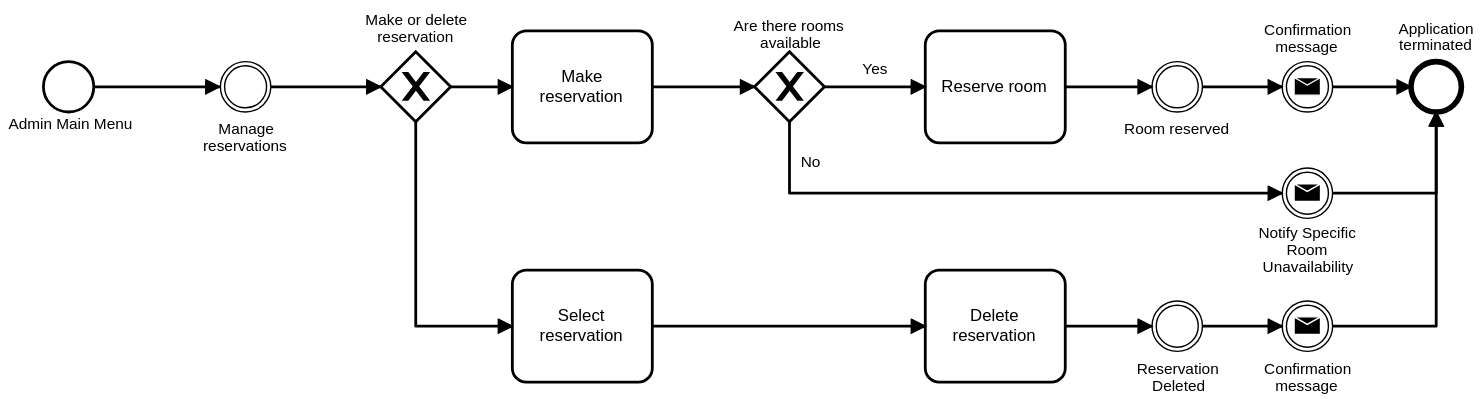
Before: Business Analysis/BPMNadmin.svg, a diagram exported from BPMN (joamla96/Project-Exam). Its source is kept beside it as Business Analysis/BPMNadmin.bpmn. Ids are renumbered.
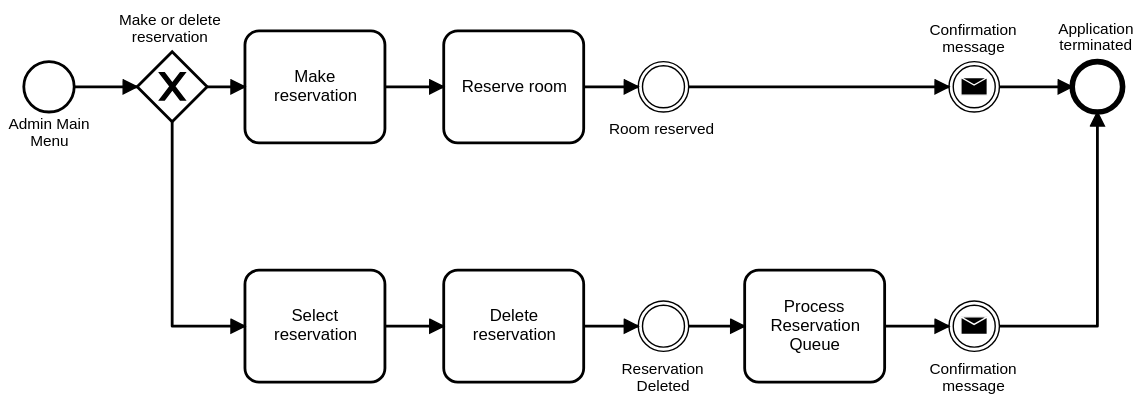
The same file after the commit.

Commit message:
bpmn admin & client update

Change to the diagram source:
```diff
@@ -4,11 +4,11 @@
       <bpmn:outgoing>SequenceFlow_n1</bpmn:outgoing>
     </bpmn:startEvent>
     <bpmn:exclusiveGateway id="ExclusiveGateway_n2" name="Make or delete reservation">
-      <bpmn:incoming>SequenceFlow_n3</bpmn:incoming>
+      <bpmn:incoming>SequenceFlow_n1</bpmn:incoming>
       <bpmn:outgoing>SequenceFlow_n4</bpmn:outgoing>
       <bpmn:outgoing>SequenceFlow_n5</bpmn:outgoing>
     </bpmn:exclusiveGateway>
-    <bpmn:sequenceFlow id="SequenceFlow_n1" sourceRef="StartEvent_1" targetRef="IntermediateThrowEvent_n6" />
+    <bpmn:sequenceFlow id="SequenceFlow_n1" sourceRef="StartEvent_1" targetRef="ExclusiveGateway_n2" />
     <bpmn:task id="Task_n7" name="Delete reservation">
       <bpmn:incoming>SequenceFlow_n8</bpmn:incoming>
       <bpmn:outgoing>SequenceFlow_n9</bpmn:outgoing>
@@ -16,7 +16,7 @@
     <bpmn:sequenceFlow id="SequenceFlow_n4" sourceRef="ExclusiveGateway_n2" targetRef="Task_n10" />
     <bpmn:task id="Task_n11" name="Make reservation">
       <bpmn:incoming>SequenceFlow_n5</bpmn:incoming>
-      <bpmn:outgoing>SequenceFlow_n12</bpmn:outgoing>
+      <bpmn:outgoing>SequenceFlow_n29</bpmn:outgoing>
     </bpmn:task>
     <bpmn:sequenceFlow id="SequenceFlow_n5" sourceRef="ExclusiveGateway_n2" targetRef="Task_n11" />
     <bpmn:intermediateThrowEvent id="IntermediateThrowEvent_n13" name="Reservation Deleted">
@@ -24,35 +24,20 @@
       <bpmn:outgoing>SequenceFlow_n14</bpmn:outgoing>
     </bpmn:intermediateThrowEvent>
     <bpmn:sequenceFlow id="SequenceFlow_n9" sourceRef="Task_n7" targetRef="IntermediateThrowEvent_n13" />
-    <bpmn:exclusiveGateway id="ExclusiveGateway_n15" name="Are there rooms available">
-      <bpmn:incoming>SequenceFlow_n12</bpmn:incoming>
-      <bpmn:outgoing>SequenceFlow_n16</bpmn:outgoing>
-      <bpmn:outgoing>SequenceFlow_n17</bpmn:outgoing>
-    </bpmn:exclusiveGateway>
-    <bpmn:sequenceFlow id="SequenceFlow_n12" sourceRef="Task_n11" targetRef="ExclusiveGateway_n15" />
     <bpmn:task id="Task_n18" name="Reserve room">
-      <bpmn:incoming>SequenceFlow_n16</bpmn:incoming>
+      <bpmn:incoming>SequenceFlow_n29</bpmn:incoming>
       <bpmn:outgoing>SequenceFlow_n19</bpmn:outgoing>
     </bpmn:task>
     <bpmn:intermediateThrowEvent id="IntermediateThrowEvent_n20" name="Room reserved">
       <bpmn:incoming>SequenceFlow_n19</bpmn:incoming>
       <bpmn:outgoing>SequenceFlow_n21</bpmn:outgoing>
     </bpmn:intermediateThrowEvent>
-    <bpmn:sequenceFlow id="SequenceFlow_n16" name="Yes" sourceRef="ExclusiveGateway_n15" targetRef="Task_n18" />
     <bpmn:sequenceFlow id="SequenceFlow_n19" sourceRef="Task_n18" targetRef="IntermediateThrowEvent_n20" />
-    <bpmn:intermediateThrowEvent id="IntermediateThrowEvent_n22" name="Notify Specific Room Unavailability">
-      <bpmn:incoming>SequenceFlow_n17</bpmn:incoming>
-      <bpmn:outgoing>SequenceFlow_n23</bpmn:outgoing>
-      <bpmn:messageEventDefinition />
-    </bpmn:intermediateThrowEvent>
-    <bpmn:sequenceFlow id="SequenceFlow_n17" name="No" sourceRef="ExclusiveGateway_n15" targetRef="IntermediateThrowEvent_n22" />
     <bpmn:endEvent id="EndEvent_n24" name="Application terminated">
-      <bpmn:incoming>SequenceFlow_n23</bpmn:incoming>
       <bpmn:incoming>SequenceFlow_n25</bpmn:incoming>
       <bpmn:incoming>SequenceFlow_n26</bpmn:incoming>
     </bpmn:endEvent>
     <bpmn:sequenceFlow id="SequenceFlow_n21" sourceRef="IntermediateThrowEvent_n20" targetRef="IntermediateThrowEvent_n27" />
-    <bpmn:sequenceFlow id="SequenceFlow_n23" sourceRef="IntermediateThrowEvent_n22" targetRef="EndEvent_n24" />
     <bpmn:intermediateThrowEvent id="IntermediateThrowEvent_n27" name="Confirmation message">
       <bpmn:incoming>SequenceFlow_n21</bpmn:incoming>
       <bpmn:outgoing>SequenceFlow_n25</bpmn:outgoing>
@@ -65,199 +50,162 @@
     </bpmn:task>
     <bpmn:sequenceFlow id="SequenceFlow_n8" sourceRef="Task_n10" targetRef="Task_n7" />
     <bpmn:intermediateThrowEvent id="IntermediateThrowEvent_n28" name="Confirmation message">
-      <bpmn:incoming>SequenceFlow_n14</bpmn:incoming>
+      <bpmn:incoming>SequenceFlow_n30</bpmn:incoming>
       <bpmn:outgoing>SequenceFlow_n26</bpmn:outgoing>
       <bpmn:messageEventDefinition />
     </bpmn:intermediateThrowEvent>
-    <bpmn:sequenceFlow id="SequenceFlow_n14" sourceRef="IntermediateThrowEvent_n13" targetRef="IntermediateThrowEvent_n28" />
+    <bpmn:sequenceFlow id="SequenceFlow_n14" sourceRef="IntermediateThrowEvent_n13" targetRef="Task_n31" />
     <bpmn:sequenceFlow id="SequenceFlow_n26" sourceRef="IntermediateThrowEvent_n28" targetRef="EndEvent_n24" />
-    <bpmn:intermediateThrowEvent id="IntermediateThrowEvent_n6" name="Manage reservations">
-      <bpmn:incoming>SequenceFlow_n1</bpmn:incoming>
-      <bpmn:outgoing>SequenceFlow_n3</bpmn:outgoing>
-    </bpmn:intermediateThrowEvent>
-    <bpmn:sequenceFlow id="SequenceFlow_n3" sourceRef="IntermediateThrowEvent_n6" targetRef="ExclusiveGateway_n2" />
+    <bpmn:sequenceFlow id="SequenceFlow_n29" sourceRef="Task_n11" targetRef="Task_n18" />
+    <bpmn:task id="Task_n31" name="Process Reservation Queue ">
+      <bpmn:incoming>SequenceFlow_n14</bpmn:incoming>
+      <bpmn:outgoing>SequenceFlow_n30</bpmn:outgoing>
+    </bpmn:task>
+    <bpmn:sequenceFlow id="SequenceFlow_n30" sourceRef="Task_n31" targetRef="IntermediateThrowEvent_n28" />
   </bpmn:process>
   <bpmndi:BPMNDiagram id="BPMNDiagram_1">
     <bpmndi:BPMNPlane id="BPMNPlane_1" bpmnElement="Process_1">
       <bpmndi:BPMNShape id="_BPMNShape_StartEvent_2" bpmnElement="StartEvent_1">
-        <dc:Bounds x="5" y="163" width="36" height="36" />
+        <dc:Bounds x="125" y="163" width="36" height="36" />
         <bpmndi:BPMNLabel>
-          <dc:Bounds x="-20" y="199" width="87" height="12" />
+          <dc:Bounds x="114" y="199" width="60" height="24" />
         </bpmndi:BPMNLabel>
       </bpmndi:BPMNShape>
       <bpmndi:BPMNShape id="ExclusiveGateway_n2_di" bpmnElement="ExclusiveGateway_n2" isMarkerVisible="true">
-        <dc:Bounds x="246.05067567567568" y="156" width="50" height="50" />
+        <dc:Bounds x="206" y="156" width="50" height="50" />
         <bpmndi:BPMNLabel>
-          <dc:Bounds x="235" y="125" width="72" height="24" />
+          <dc:Bounds x="193" y="125" width="76" height="24" />
         </bpmndi:BPMNLabel>
       </bpmndi:BPMNShape>
       <bpmndi:BPMNEdge id="SequenceFlow_n1_di" bpmnElement="SequenceFlow_n1">
-        <di:waypoint xsi:type="dc:Point" x="41" y="181" />
-        <di:waypoint xsi:type="dc:Point" x="131" y="181" />
+        <di:waypoint xsi:type="dc:Point" x="161" y="181" />
+        <di:waypoint xsi:type="dc:Point" x="206" y="181" />
         <bpmndi:BPMNLabel>
-          <dc:Bounds x="41" y="160" width="90" height="12" />
+          <dc:Bounds x="138.5" y="160" width="90" height="12" />
         </bpmndi:BPMNLabel>
       </bpmndi:BPMNEdge>
       <bpmndi:BPMNShape id="Task_n7_di" bpmnElement="Task_n7">
-        <dc:Bounds x="635.0506756756756" y="311.52139639639637" width="100" height="80" />
+        <dc:Bounds x="425" y="312" width="100" height="80" />
       </bpmndi:BPMNShape>
       <bpmndi:BPMNEdge id="SequenceFlow_n4_di" bpmnElement="SequenceFlow_n4">
-        <di:waypoint xsi:type="dc:Point" x="271" y="206" />
-        <di:waypoint xsi:type="dc:Point" x="271" y="352" />
-        <di:waypoint xsi:type="dc:Point" x="340" y="352" />
+        <di:waypoint xsi:type="dc:Point" x="231" y="206" />
+        <di:waypoint xsi:type="dc:Point" x="231" y="352" />
+        <di:waypoint xsi:type="dc:Point" x="283" y="352" />
         <bpmndi:BPMNLabel>
-          <dc:Bounds x="241" y="273" width="90" height="12" />
+          <dc:Bounds x="201" y="273" width="90" height="12" />
         </bpmndi:BPMNLabel>
       </bpmndi:BPMNEdge>
       <bpmndi:BPMNShape id="Task_n11_di" bpmnElement="Task_n11">
-        <dc:Bounds x="340" y="141" width="100" height="80" />
+        <dc:Bounds x="283" y="141" width="100" height="80" />
       </bpmndi:BPMNShape>
       <bpmndi:BPMNEdge id="SequenceFlow_n5_di" bpmnElement="SequenceFlow_n5">
-        <di:waypoint xsi:type="dc:Point" x="296.0506756756757" y="181" />
-        <di:waypoint xsi:type="dc:Point" x="340" y="181" />
+        <di:waypoint xsi:type="dc:Point" x="256" y="181" />
+        <di:waypoint xsi:type="dc:Point" x="283" y="181" />
         <bpmndi:BPMNLabel>
-          <dc:Bounds x="318.0253378378378" y="160" width="0" height="12" />
+          <dc:Bounds x="224.5" y="160" width="90" height="12" />
         </bpmndi:BPMNLabel>
       </bpmndi:BPMNEdge>
       <bpmndi:BPMNShape id="IntermediateThrowEvent_n13_di" bpmnElement="IntermediateThrowEvent_n13">
-        <dc:Bounds x="797.0506756756756" y="334" width="36" height="36" />
+        <dc:Bounds x="564" y="334" width="36" height="36" />
         <bpmndi:BPMNLabel>
-          <dc:Bounds x="786" y="374" width="59" height="24" />
+          <dc:Bounds x="552" y="374" width="61" height="24" />
         </bpmndi:BPMNLabel>
       </bpmndi:BPMNShape>
       <bpmndi:BPMNEdge id="SequenceFlow_n9_di" bpmnElement="SequenceFlow_n9">
-        <di:waypoint xsi:type="dc:Point" x="735" y="352" />
-        <di:waypoint xsi:type="dc:Point" x="797" y="352" />
+        <di:waypoint xsi:type="dc:Point" x="525" y="352" />
+        <di:waypoint xsi:type="dc:Point" x="564" y="352" />
         <bpmndi:BPMNLabel>
-          <dc:Bounds x="766" y="331" width="0" height="12" />
-        </bpmndi:BPMNLabel>
-      </bpmndi:BPMNEdge>
-      <bpmndi:BPMNShape id="ExclusiveGateway_n15_di" bpmnElement="ExclusiveGateway_n15" isMarkerVisible="true">
-        <dc:Bounds x="513" y="156" width="50" height="50" />
-        <bpmndi:BPMNLabel>
-          <dc:Bounds x="498" y="129" width="80" height="24" />
-        </bpmndi:BPMNLabel>
-      </bpmndi:BPMNShape>
-      <bpmndi:BPMNEdge id="SequenceFlow_n12_di" bpmnElement="SequenceFlow_n12">
-        <di:waypoint xsi:type="dc:Point" x="440" y="181" />
-        <di:waypoint xsi:type="dc:Point" x="513" y="181" />
-        <bpmndi:BPMNLabel>
-          <dc:Bounds x="476.5" y="160" width="0" height="12" />
+          <dc:Bounds x="499.5" y="331" width="90" height="12" />
         </bpmndi:BPMNLabel>
       </bpmndi:BPMNEdge>
       <bpmndi:BPMNShape id="Task_n18_di" bpmnElement="Task_n18">
-        <dc:Bounds x="635.0506756756756" y="141" width="100" height="80" />
+        <dc:Bounds x="425" y="141" width="100" height="80" />
       </bpmndi:BPMNShape>
       <bpmndi:BPMNShape id="IntermediateThrowEvent_n20_di" bpmnElement="IntermediateThrowEvent_n20">
-        <dc:Bounds x="797.0506756756756" y="163" width="36" height="36" />
+        <dc:Bounds x="564" y="163" width="36" height="36" />
         <bpmndi:BPMNLabel>
-          <dc:Bounds x="777" y="203" width="76" height="12" />
+          <dc:Bounds x="543" y="203" width="78" height="12" />
         </bpmndi:BPMNLabel>
       </bpmndi:BPMNShape>
-      <bpmndi:BPMNEdge id="SequenceFlow_n16_di" bpmnElement="SequenceFlow_n16">
-        <di:waypoint xsi:type="dc:Point" x="563" y="181" />
-        <di:waypoint xsi:type="dc:Point" x="635" y="181" />
+      <bpmndi:BPMNEdge id="SequenceFlow_n19_di" bpmnElement="SequenceFlow_n19">
+        <di:waypoint xsi:type="dc:Point" x="525" y="181" />
+        <di:waypoint xsi:type="dc:Point" x="564" y="181" />
         <bpmndi:BPMNLabel>
-          <dc:Bounds x="590.0807040347897" y="160" width="19" height="12" />
-        </bpmndi:BPMNLabel>
-      </bpmndi:BPMNEdge>
-      <bpmndi:BPMNEdge id="SequenceFlow_n19_di" bpmnElement="SequenceFlow_n19">
-        <di:waypoint xsi:type="dc:Point" x="735" y="181" />
-        <di:waypoint xsi:type="dc:Point" x="797" y="181" />
-        <bpmndi:BPMNLabel>
-          <dc:Bounds x="766" y="160" width="0" height="12" />
-        </bpmndi:BPMNLabel>
-      </bpmndi:BPMNEdge>
-      <bpmndi:BPMNShape id="IntermediateThrowEvent_0tp9394_di" bpmnElement="IntermediateThrowEvent_n22">
-        <dc:Bounds x="890" y="239" width="36" height="36" />
-        <bpmndi:BPMNLabel>
-          <dc:Bounds x="873" y="277" width="69" height="36" />
-        </bpmndi:BPMNLabel>
-      </bpmndi:BPMNShape>
-      <bpmndi:BPMNEdge id="SequenceFlow_n17_di" bpmnElement="SequenceFlow_n17">
-        <di:waypoint xsi:type="dc:Point" x="538" y="206" />
-        <di:waypoint xsi:type="dc:Point" x="538" y="257" />
-        <di:waypoint xsi:type="dc:Point" x="890" y="257" />
-        <bpmndi:BPMNLabel>
-          <dc:Bounds x="546" y="225.80721066055133" width="14" height="12" />
+          <dc:Bounds x="499.5" y="160" width="90" height="12" />
         </bpmndi:BPMNLabel>
       </bpmndi:BPMNEdge>
       <bpmndi:BPMNShape id="EndEvent_n24_di" bpmnElement="EndEvent_n24">
-        <dc:Bounds x="982.0506756756756" y="163" width="36" height="36" />
+        <dc:Bounds x="874" y="163" width="36" height="36" />
         <bpmndi:BPMNLabel>
-          <dc:Bounds x="973" y="131" width="53" height="24" />
+          <dc:Bounds x="864" y="131" width="56" height="24" />
         </bpmndi:BPMNLabel>
       </bpmndi:BPMNShape>
       <bpmndi:BPMNEdge id="SequenceFlow_n21_di" bpmnElement="SequenceFlow_n21">
-        <di:waypoint xsi:type="dc:Point" x="833" y="181" />
-        <di:waypoint xsi:type="dc:Point" x="890" y="181" />
+        <di:waypoint xsi:type="dc:Point" x="600" y="181" />
+        <di:waypoint xsi:type="dc:Point" x="786" y="181" />
         <bpmndi:BPMNLabel>
-          <dc:Bounds x="861.5" y="160" width="0" height="12" />
-        </bpmndi:BPMNLabel>
-      </bpmndi:BPMNEdge>
-      <bpmndi:BPMNEdge id="SequenceFlow_n23_di" bpmnElement="SequenceFlow_n23">
-        <di:waypoint xsi:type="dc:Point" x="926" y="257" />
-        <di:waypoint xsi:type="dc:Point" x="1000" y="257" />
-        <di:waypoint xsi:type="dc:Point" x="1000" y="199" />
-        <bpmndi:BPMNLabel>
-          <dc:Bounds x="963" y="236" width="0" height="12" />
+          <dc:Bounds x="648" y="160" width="90" height="12" />
         </bpmndi:BPMNLabel>
       </bpmndi:BPMNEdge>
       <bpmndi:BPMNShape id="IntermediateThrowEvent_1dlujpi_di" bpmnElement="IntermediateThrowEvent_n27">
-        <dc:Bounds x="890" y="163" width="36" height="36" />
+        <dc:Bounds x="786" y="163" width="36" height="36" />
         <bpmndi:BPMNLabel>
-          <dc:Bounds x="877" y="132" width="61" height="24" />
+          <dc:Bounds x="772" y="132" width="64" height="24" />
         </bpmndi:BPMNLabel>
       </bpmndi:BPMNShape>
       <bpmndi:BPMNEdge id="SequenceFlow_n25_di" bpmnElement="SequenceFlow_n25">
-        <di:waypoint xsi:type="dc:Point" x="926" y="181" />
-        <di:waypoint xsi:type="dc:Point" x="982" y="181" />
+        <di:waypoint xsi:type="dc:Point" x="822" y="181" />
+        <di:waypoint xsi:type="dc:Point" x="874" y="181" />
         <bpmndi:BPMNLabel>
-          <dc:Bounds x="954" y="160" width="0" height="12" />
+          <dc:Bounds x="803" y="160" width="90" height="12" />
         </bpmndi:BPMNLabel>
       </bpmndi:BPMNEdge>
       <bpmndi:BPMNShape id="Task_n10_di" bpmnElement="Task_n10">
-        <dc:Bounds x="340" y="312" width="100" height="80" />
+        <dc:Bounds x="283" y="312" width="100" height="80" />
       </bpmndi:BPMNShape>
       <bpmndi:BPMNEdge id="SequenceFlow_n8_di" bpmnElement="SequenceFlow_n8">
-        <di:waypoint xsi:type="dc:Point" x="440" y="352" />
-        <di:waypoint xsi:type="dc:Point" x="635" y="352" />
+        <di:waypoint xsi:type="dc:Point" x="383" y="352" />
+        <di:waypoint xsi:type="dc:Point" x="425" y="352" />
         <bpmndi:BPMNLabel>
-          <dc:Bounds x="492.5" y="331" width="90" height="12" />
+          <dc:Bounds x="359" y="331" width="90" height="12" />
         </bpmndi:BPMNLabel>
       </bpmndi:BPMNEdge>
       <bpmndi:BPMNShape id="IntermediateThrowEvent_0kcob2m_di" bpmnElement="IntermediateThrowEvent_n28">
-        <dc:Bounds x="890" y="334" width="36" height="36" />
+        <dc:Bounds x="786" y="334" width="36" height="36" />
         <bpmndi:BPMNLabel>
-          <dc:Bounds x="877" y="374" width="61" height="24" />
+          <dc:Bounds x="772" y="374" width="64" height="24" />
         </bpmndi:BPMNLabel>
       </bpmndi:BPMNShape>
       <bpmndi:BPMNEdge id="SequenceFlow_n14_di" bpmnElement="SequenceFlow_n14">
-        <di:waypoint xsi:type="dc:Point" x="833" y="352" />
-        <di:waypoint xsi:type="dc:Point" x="890" y="352" />
+        <di:waypoint xsi:type="dc:Point" x="600" y="352" />
+        <di:waypoint xsi:type="dc:Point" x="640" y="352" />
         <bpmndi:BPMNLabel>
-          <dc:Bounds x="861.5" y="331" width="0" height="12" />
+          <dc:Bounds x="575" y="331" width="90" height="12" />
         </bpmndi:BPMNLabel>
       </bpmndi:BPMNEdge>
       <bpmndi:BPMNEdge id="SequenceFlow_n26_di" bpmnElement="SequenceFlow_n26">
-        <di:waypoint xsi:type="dc:Point" x="926" y="352" />
-        <di:waypoint xsi:type="dc:Point" x="1000" y="352" />
-        <di:waypoint xsi:type="dc:Point" x="1000" y="199" />
+        <di:waypoint xsi:type="dc:Point" x="822" y="352" />
+        <di:waypoint xsi:type="dc:Point" x="892" y="352" />
+        <di:waypoint xsi:type="dc:Point" x="892" y="199" />
         <bpmndi:BPMNLabel>
-          <dc:Bounds x="963" y="331" width="0" height="12" />
+          <dc:Bounds x="812" y="331" width="90" height="12" />
         </bpmndi:BPMNLabel>
       </bpmndi:BPMNEdge>
-      <bpmndi:BPMNShape id="IntermediateThrowEvent_n6_di" bpmnElement="IntermediateThrowEvent_n6">
-        <dc:Bounds x="131.44466666666665" y="163" width="36" height="36" />
+      <bpmndi:BPMNEdge id="SequenceFlow_n29_di" bpmnElement="SequenceFlow_n29">
+        <di:waypoint xsi:type="dc:Point" x="383" y="181" />
+        <di:waypoint xsi:type="dc:Point" x="425" y="181" />
         <bpmndi:BPMNLabel>
-          <dc:Bounds x="119" y="203" width="61" height="24" />
+          <dc:Bounds x="404" y="160" width="0" height="12" />
         </bpmndi:BPMNLabel>
+      </bpmndi:BPMNEdge>
+      <bpmndi:BPMNShape id="Task_n31_di" bpmnElement="Task_n31">
+        <dc:Bounds x="640" y="312" width="100" height="80" />
       </bpmndi:BPMNShape>
-      <bpmndi:BPMNEdge id="SequenceFlow_n3_di" bpmnElement="SequenceFlow_n3">
-        <di:waypoint xsi:type="dc:Point" x="167" y="181" />
-        <di:waypoint xsi:type="dc:Point" x="246" y="181" />
+      <bpmndi:BPMNEdge id="SequenceFlow_n30_di" bpmnElement="SequenceFlow_n30">
+        <di:waypoint xsi:type="dc:Point" x="740" y="352" />
+        <di:waypoint xsi:type="dc:Point" x="786" y="352" />
         <bpmndi:BPMNLabel>
-          <dc:Bounds x="206.5" y="160" width="0" height="12" />
+          <dc:Bounds x="763" y="331" width="0" height="12" />
         </bpmndi:BPMNLabel>
       </bpmndi:BPMNEdge>
     </bpmndi:BPMNPlane>
```
